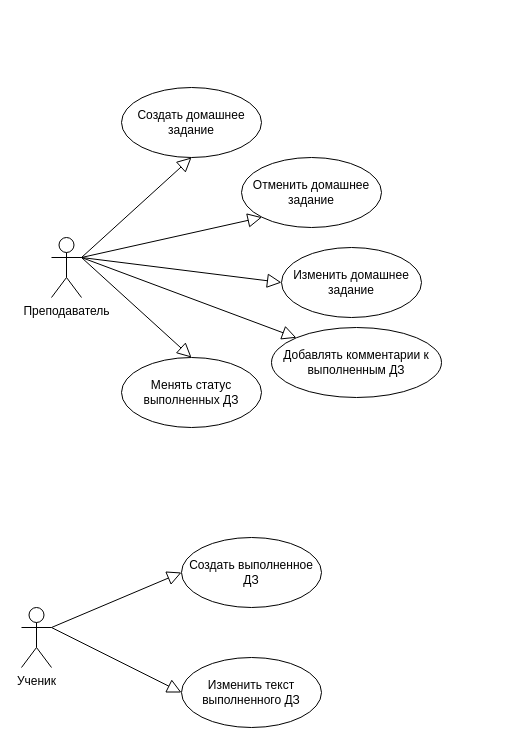
Above: docs/UseCase.drawio in ColAshN65/HomeworkService (draw.io), before the change. Source tidied: cells renumbered, new cells numbered last; positions are measured from the earlier drawing's top-left corner, leaving out a move shared by most shapes. Both pictures are drawn from the tidied source at 100%, with x=0, y=0 at pixel (21, 87).
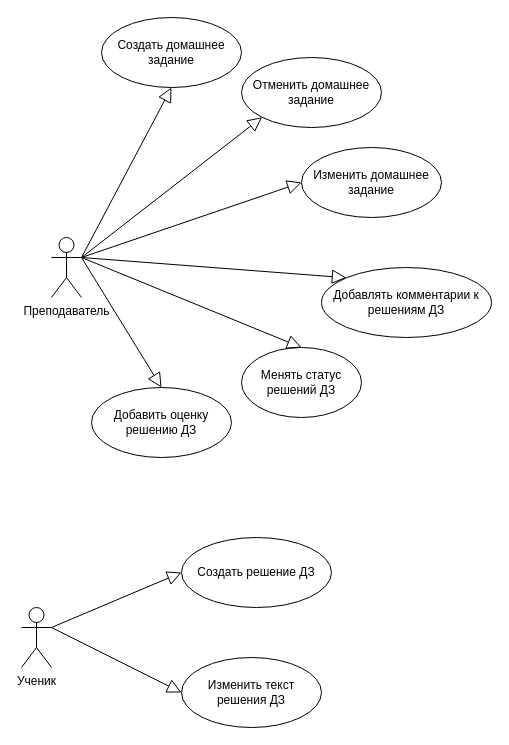
After the change.

Diff of the diagram source:
```diff
@@
     <mxCell id="4" value="Создать домашнее задание" style="ellipse;whiteSpace=wrap;html=1;" parent="1" vertex="1">
-      <mxGeometry x="100" width="140" height="70" as="geometry" />
+      <mxGeometry x="80" y="-70" width="140" height="70" as="geometry" />
     </mxCell>
     <mxCell id="5" value="Отменить домашнее задание" style="ellipse;whiteSpace=wrap;html=1;" parent="1" vertex="1">
-      <mxGeometry x="220" y="70" width="140" height="70" as="geometry" />
+      <mxGeometry x="220" y="-30" width="140" height="70" as="geometry" />
     </mxCell>
     <mxCell id="6" value="Изменить домашнее задание" style="ellipse;whiteSpace=wrap;html=1;" parent="1" vertex="1">
-      <mxGeometry x="260" y="160" width="140" height="70" as="geometry" />
+      <mxGeometry x="280" y="60" width="140" height="70" as="geometry" />
     </mxCell>
-    <mxCell id="7" value="Менять статус выполненных ДЗ" style="ellipse;whiteSpace=wrap;html=1;" parent="1" vertex="1">
-      <mxGeometry x="100" y="270" width="140" height="70" as="geometry" />
+    <mxCell id="7" value="Менять статус решений ДЗ" style="ellipse;whiteSpace=wrap;html=1;" parent="1" vertex="1">
+      <mxGeometry x="220" y="260" width="120" height="70" as="geometry" />
     </mxCell>
@@
-    <mxCell id="12" value="Создать выполненное ДЗ" style="ellipse;whiteSpace=wrap;html=1;" parent="1" vertex="1">
-      <mxGeometry x="160" y="450" width="140" height="70" as="geometry" />
+    <mxCell id="12" value="Создать решение ДЗ" style="ellipse;whiteSpace=wrap;html=1;" parent="1" vertex="1">
+      <mxGeometry x="160" y="450" width="150" height="70" as="geometry" />
     </mxCell>
-    <mxCell id="13" value="Изменить текст выполненного ДЗ" style="ellipse;whiteSpace=wrap;html=1;" parent="1" vertex="1">
+    <mxCell id="13" value="Изменить текст решения ДЗ" style="ellipse;whiteSpace=wrap;html=1;" parent="1" vertex="1">
       <mxGeometry x="160" y="570" width="140" height="70" as="geometry" />
     </mxCell>
-    <mxCell id="14" value="Добавлять комментарии к выполненным ДЗ" style="ellipse;whiteSpace=wrap;html=1;" parent="1" vertex="1">
-      <mxGeometry x="250" y="240" width="170" height="70" as="geometry" />
+    <mxCell id="14" value="Добавлять комментарии к решениям ДЗ" style="ellipse;whiteSpace=wrap;html=1;" parent="1" vertex="1">
+      <mxGeometry x="300" y="180" width="170" height="70" as="geometry" />
     </mxCell>
@@
+    <mxCell id="18" value="Добавить оценку решению ДЗ" style="ellipse;whiteSpace=wrap;html=1;" parent="1" vertex="1">
+      <mxGeometry x="70" y="300" width="140" height="70" as="geometry" />
+    </mxCell>
+    <mxCell id="19" style="edgeStyle=none;html=1;endArrow=block;endFill=0;endSize=12;verticalAlign=bottom;rounded=0;entryX=0.5;entryY=0;entryDx=0;entryDy=0;" parent="1" edge="1" target="18">
+      <mxGeometry relative="1" as="geometry">
+        <mxPoint x="60" y="170" as="sourcePoint" />
+      </mxGeometry>
+    </mxCell>
```
